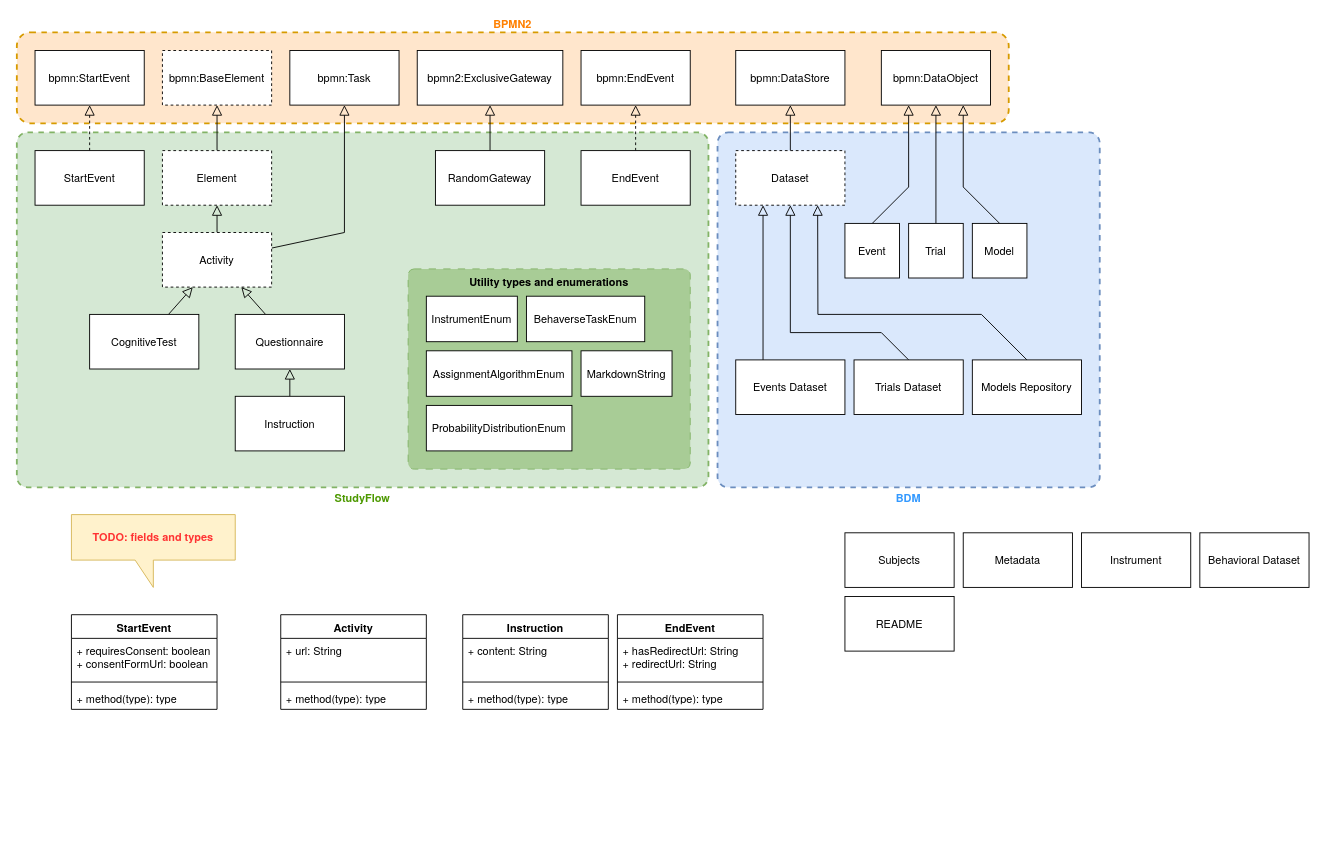
Above: docs/figures/studyflow_elements_uml.drawio in behaverse/studyflow-modeler (draw.io), before the change. Source tidied: cells renumbered, new cells numbered last; positions are measured from the earlier drawing's top-left corner, leaving out a move shared by most shapes. Both pictures are drawn from the tidied source at 91%, with x=0, y=0 at pixel (16, 32).
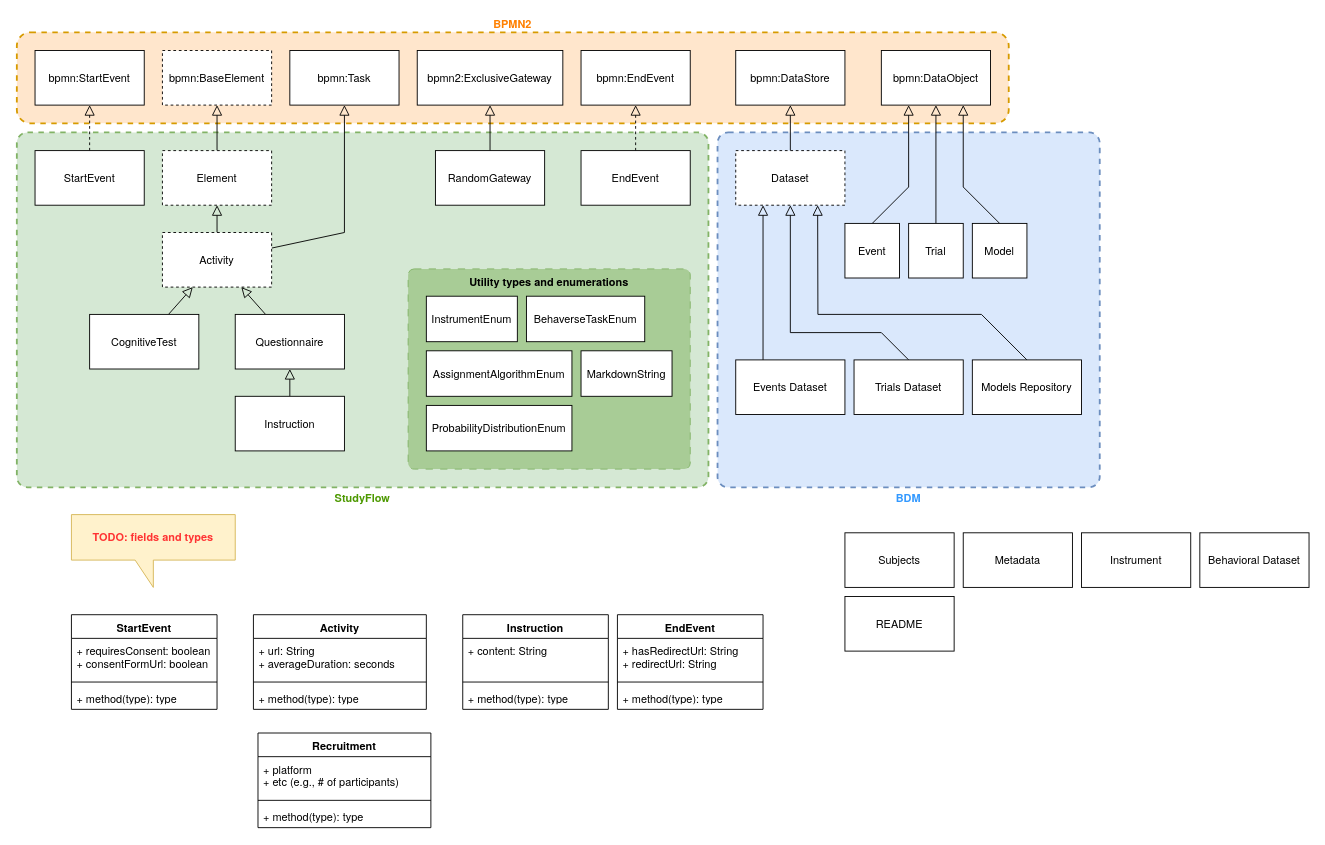
Above is the later version.

The edit, as a diff of the source:
```diff
@@
     <mxCell id="32" value="Activity" style="swimlane;fontStyle=1;align=center;verticalAlign=top;horizontal=1;startSize=26;whiteSpace=wrap;html=1;fontFamily=Helvetica Neue;" parent="1" vertex="1">
-      <mxGeometry x="290" y="640" width="160" height="104" as="geometry" />
+      <mxGeometry x="260" y="640" width="190" height="104" as="geometry" />
     </mxCell>
-    <mxCell id="33" value="+ url&lt;span style=&quot;background-color: transparent; color: light-dark(rgb(0, 0, 0), rgb(255, 255, 255));&quot;&gt;: String&lt;/span&gt;" style="text;strokeColor=none;fillColor=none;align=left;verticalAlign=top;spacingLeft=4;spacingRight=4;overflow=hidden;whiteSpace=wrap;html=1;fontFamily=Helvetica Neue;" parent="32" vertex="1">
-      <mxGeometry y="26" width="160" height="44" as="geometry" />
+    <mxCell id="33" value="+ url&lt;span style=&quot;background-color: transparent; color: light-dark(rgb(0, 0, 0), rgb(255, 255, 255));&quot;&gt;: String&lt;/span&gt;&lt;div&gt;&lt;span style=&quot;background-color: transparent; color: light-dark(rgb(0, 0, 0), rgb(255, 255, 255));&quot;&gt;+ averageDuration: seconds&lt;/span&gt;&lt;/div&gt;&lt;div&gt;&lt;br&gt;&lt;/div&gt;" style="text;strokeColor=none;fillColor=none;align=left;verticalAlign=top;spacingLeft=4;spacingRight=4;overflow=hidden;whiteSpace=wrap;html=1;fontFamily=Helvetica Neue;" parent="32" vertex="1">
+      <mxGeometry y="26" width="190" height="44" as="geometry" />
     </mxCell>
     <mxCell id="34" style="line;strokeWidth=1;fillColor=none;align=left;verticalAlign=middle;spacingTop=-1;spacingLeft=3;spacingRight=3;labelPosition=right;strokeColor=inherit;fontFamily=Helvetica Neue;" parent="32" vertex="1">
-      <mxGeometry y="70" width="160" height="8" as="geometry" />
+      <mxGeometry y="70" width="190" height="8" as="geometry" />
     </mxCell>
     <mxCell id="35" value="+ method(type): type" style="text;strokeColor=none;fillColor=none;align=left;verticalAlign=top;spacingLeft=4;spacingRight=4;overflow=hidden;whiteSpace=wrap;html=1;fontFamily=Helvetica Neue;" parent="32" vertex="1">
-      <mxGeometry y="78" width="160" height="26" as="geometry" />
+      <mxGeometry y="78" width="190" height="26" as="geometry" />
     </mxCell>
@@
+    <mxCell id="71" value="Recruitment" style="swimlane;fontStyle=1;align=center;verticalAlign=top;horizontal=1;startSize=26;whiteSpace=wrap;html=1;fontFamily=Helvetica Neue;" parent="1" vertex="1">
+      <mxGeometry x="265" y="770" width="190" height="104" as="geometry" />
+    </mxCell>
+    <mxCell id="72" value="+ platform&lt;br&gt;+ etc (e.g., # of participants)" style="text;strokeColor=none;fillColor=none;align=left;verticalAlign=top;spacingLeft=4;spacingRight=4;overflow=hidden;whiteSpace=wrap;html=1;fontFamily=Helvetica Neue;" parent="71" vertex="1">
+      <mxGeometry y="26" width="190" height="44" as="geometry" />
+    </mxCell>
+    <mxCell id="73" style="line;strokeWidth=1;fillColor=none;align=left;verticalAlign=middle;spacingTop=-1;spacingLeft=3;spacingRight=3;labelPosition=right;strokeColor=inherit;fontFamily=Helvetica Neue;" parent="71" vertex="1">
+      <mxGeometry y="70" width="190" height="8" as="geometry" />
+    </mxCell>
+    <mxCell id="74" value="+ method(type): type" style="text;strokeColor=none;fillColor=none;align=left;verticalAlign=top;spacingLeft=4;spacingRight=4;overflow=hidden;whiteSpace=wrap;html=1;fontFamily=Helvetica Neue;" parent="71" vertex="1">
+      <mxGeometry y="78" width="190" height="26" as="geometry" />
+    </mxCell>
```
